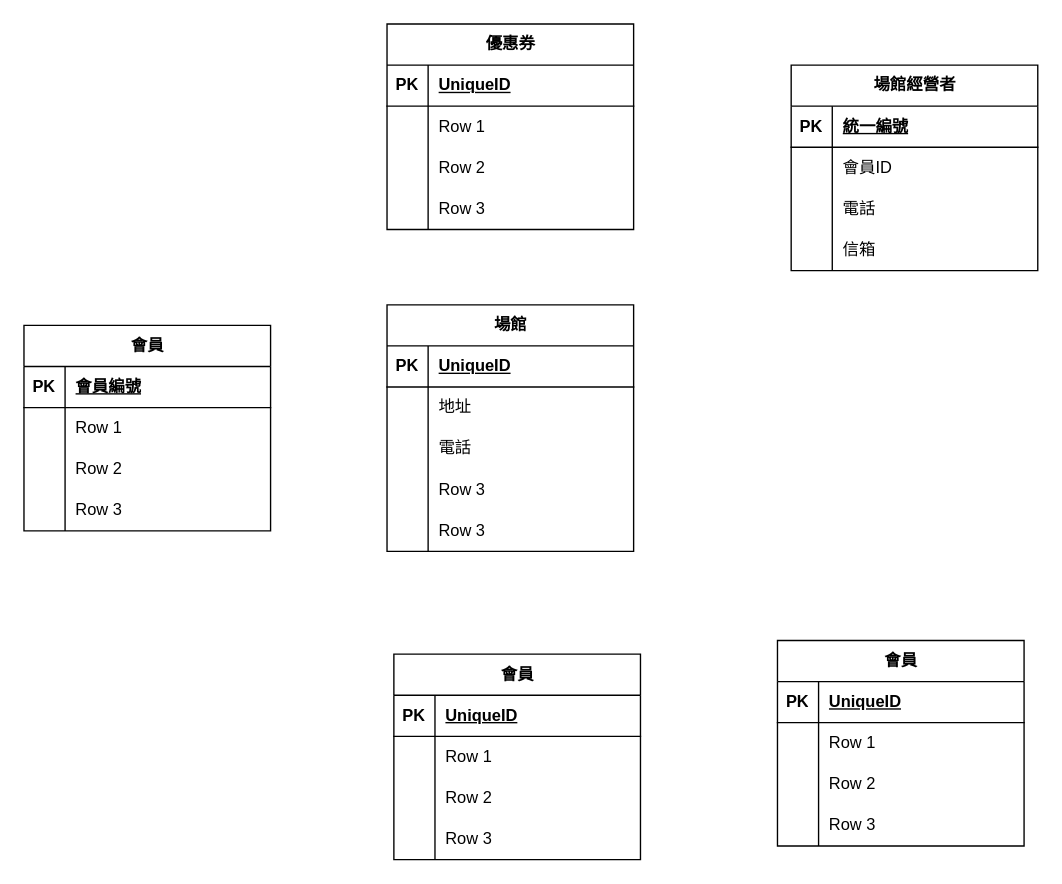
Before: page "Shopping Mall" (3 of 4) of ERmodel_practice1017.drawio in marco79811/ER_model, a draw.io diagram. Source tidied: cells renumbered, new cells numbered last; positions are measured from the earlier drawing's top-left corner, leaving out a move shared by most shapes. Both pictures are drawn from the tidied source at 137%, with x=0, y=0 at pixel (23, 23).
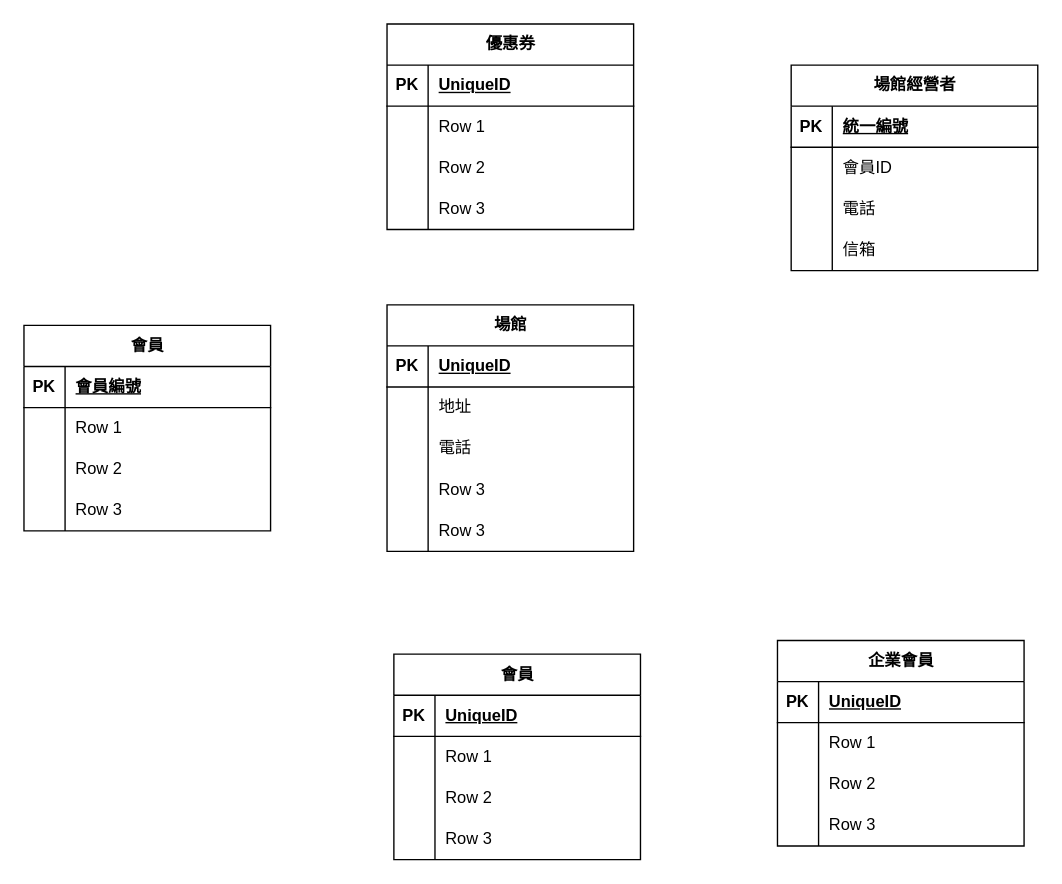
The same diagram, later.

The edit, as a diff of the source:
```diff
@@
-    <mxCell id="41" value="會員" style="shape=table;startSize=30;childLayout=tableLayout;rowLines=0;fontStyle=1;align=center;html=1;" parent="1" vertex="1">
+    <mxCell id="41" value="企業會員" style="shape=table;startSize=30;childLayout=tableLayout;rowLines=0;fontStyle=1;align=center;html=1;" parent="1" vertex="1">
       <mxGeometry x="550" y="450" width="180" height="150" as="geometry" />
     </mxCell>
```
